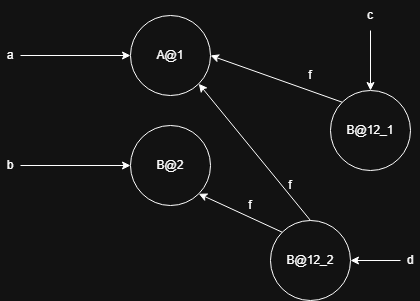
The draw.io diagram p8/images/p8e2a.png in matiWaisman/ISWA-1C-2026, before a commit. Source tidied: cells renumbered, new cells last; positions are measured from the earlier drawing's top-left corner, leaving out a move shared by most shapes.
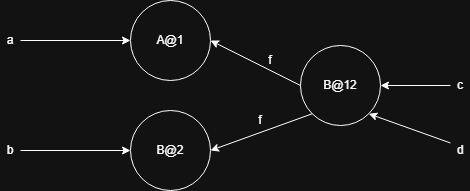
The same diagram one commit later.

The edit, as a diff of the source:
```diff
@@ -20,41 +20,32 @@
     <mxCell id="7" style="endArrow=classic;html=1;rounded=0;exitX=1;exitY=0.5;exitDx=0;exitDy=0;entryX=0;entryY=0.5;entryDx=0;entryDy=0;" parent="1" edge="1" source="5" target="6">
       <mxGeometry relative="1" as="geometry" />
     </mxCell>
-    <mxCell id="8" value="B@12_1" style="ellipse;whiteSpace=wrap;html=1;" parent="1" vertex="1">
-      <mxGeometry x="330" y="90" width="80" height="80" as="geometry" />
-    </mxCell>
-    <mxCell id="9" style="endArrow=classic;html=1;rounded=0;exitX=0;exitY=0;exitDx=0;exitDy=0;entryX=1;entryY=0.5;entryDx=0;entryDy=0;" parent="1" edge="1" source="8" target="3">
-      <mxGeometry relative="1" as="geometry" />
-    </mxCell>
-    <mxCell id="10" value="f" style="text;html=1;whiteSpace=wrap;strokeColor=none;fillColor=none;align=center;verticalAlign=middle;rounded=0;" parent="1" vertex="1">
-      <mxGeometry x="280" y="60" width="60" height="30" as="geometry" />
-    </mxCell>
+    <mxCell id="20" value="B@12" style="ellipse;whiteSpace=wrap;html=1;" parent="1" vertex="1">
+      <mxGeometry x="300" y="60" width="80" height="80" as="geometry" />
+    </mxCell>
+    <mxCell id="21" style="endArrow=classic;html=1;rounded=0;exitX=0;exitY=0.5;exitDx=0;exitDy=0;entryX=1;entryY=0.5;entryDx=0;entryDy=0;" parent="1" edge="1" source="20" target="3">
+      <mxGeometry relative="1" as="geometry" />
+    </mxCell>
+    <mxCell id="22" value="f" style="text;html=1;whiteSpace=wrap;strokeColor=none;fillColor=none;align=center;verticalAlign=middle;rounded=0;" parent="1" vertex="1">
+      <mxGeometry x="240" y="60" width="60" height="30" as="geometry" />
+    </mxCell>
     <mxCell id="11" value="c" style="text;html=1;whiteSpace=wrap;strokeColor=none;fillColor=none;align=center;verticalAlign=middle;rounded=0;" parent="1" vertex="1">
-      <mxGeometry x="360" width="20" height="30" as="geometry" />
+      <mxGeometry x="450" y="85" width="20" height="30" as="geometry" />
     </mxCell>
-    <mxCell id="12" style="endArrow=classic;html=1;rounded=0;exitX=0.5;exitY=1;exitDx=0;exitDy=0;entryX=0.5;entryY=0;entryDx=0;entryDy=0;" parent="1" edge="1" source="11" target="8">
-      <mxGeometry relative="1" as="geometry" />
-    </mxCell>
-    <mxCell id="13" value="B@12_2" style="ellipse;whiteSpace=wrap;html=1;" parent="1" vertex="1">
-      <mxGeometry x="270" y="220" width="80" height="80" as="geometry" />
-    </mxCell>
-    <mxCell id="14" style="endArrow=classic;html=1;rounded=0;exitX=0;exitY=0;exitDx=0;exitDy=0;entryX=1;entryY=1;entryDx=0;entryDy=0;" parent="1" edge="1" source="13" target="6">
-      <mxGeometry relative="1" as="geometry" />
-    </mxCell>
-    <mxCell id="15" value="f" style="text;html=1;whiteSpace=wrap;strokeColor=none;fillColor=none;align=center;verticalAlign=middle;rounded=0;" parent="1" vertex="1">
-      <mxGeometry x="220" y="190" width="60" height="30" as="geometry" />
-    </mxCell>
-    <mxCell id="16" style="endArrow=classic;html=1;rounded=0;exitX=0.5;exitY=0;exitDx=0;exitDy=0;entryX=1;entryY=1;entryDx=0;entryDy=0;" parent="1" edge="1" source="13" target="3">
-      <mxGeometry relative="1" as="geometry" />
-    </mxCell>
-    <mxCell id="17" value="f" style="text;html=1;whiteSpace=wrap;strokeColor=none;fillColor=none;align=center;verticalAlign=middle;rounded=0;" parent="1" vertex="1">
-      <mxGeometry x="260" y="170" width="60" height="30" as="geometry" />
-    </mxCell>
+    <mxCell id="23" style="endArrow=classic;html=1;rounded=0;exitX=0;exitY=0.5;exitDx=0;exitDy=0;entryX=1;entryY=0.5;entryDx=0;entryDy=0;" parent="1" edge="1" source="11" target="20">
+      <mxGeometry relative="1" as="geometry" />
+    </mxCell>
     <mxCell id="18" value="d" style="text;html=1;whiteSpace=wrap;strokeColor=none;fillColor=none;align=center;verticalAlign=middle;rounded=0;" parent="1" vertex="1">
-      <mxGeometry x="400" y="245" width="20" height="30" as="geometry" />
+      <mxGeometry x="450" y="150" width="20" height="30" as="geometry" />
     </mxCell>
-    <mxCell id="19" style="endArrow=classic;html=1;rounded=0;exitX=0;exitY=0.5;exitDx=0;exitDy=0;entryX=1;entryY=0.5;entryDx=0;entryDy=0;" parent="1" edge="1" source="18" target="13">
-      <mxGeometry relative="1" as="geometry" />
-    </mxCell>
+    <mxCell id="24" style="endArrow=classic;html=1;rounded=0;exitX=0;exitY=0.25;exitDx=0;exitDy=0;entryX=1;entryY=1;entryDx=0;entryDy=0;" parent="1" edge="1" source="18" target="20">
+      <mxGeometry relative="1" as="geometry" />
+    </mxCell>
+    <mxCell id="25" style="endArrow=classic;html=1;rounded=0;entryX=1;entryY=0.5;entryDx=0;entryDy=0;exitX=0;exitY=1;exitDx=0;exitDy=0;" parent="1" edge="1" source="20" target="6">
+      <mxGeometry relative="1" as="geometry" />
+    </mxCell>
+    <mxCell id="26" value="f" style="text;html=1;whiteSpace=wrap;strokeColor=none;fillColor=none;align=center;verticalAlign=middle;rounded=0;" parent="1" vertex="1">
+      <mxGeometry x="230" y="120" width="60" height="30" as="geometry" />
+    </mxCell>
   </root>
 </mxGraphModel>
```
